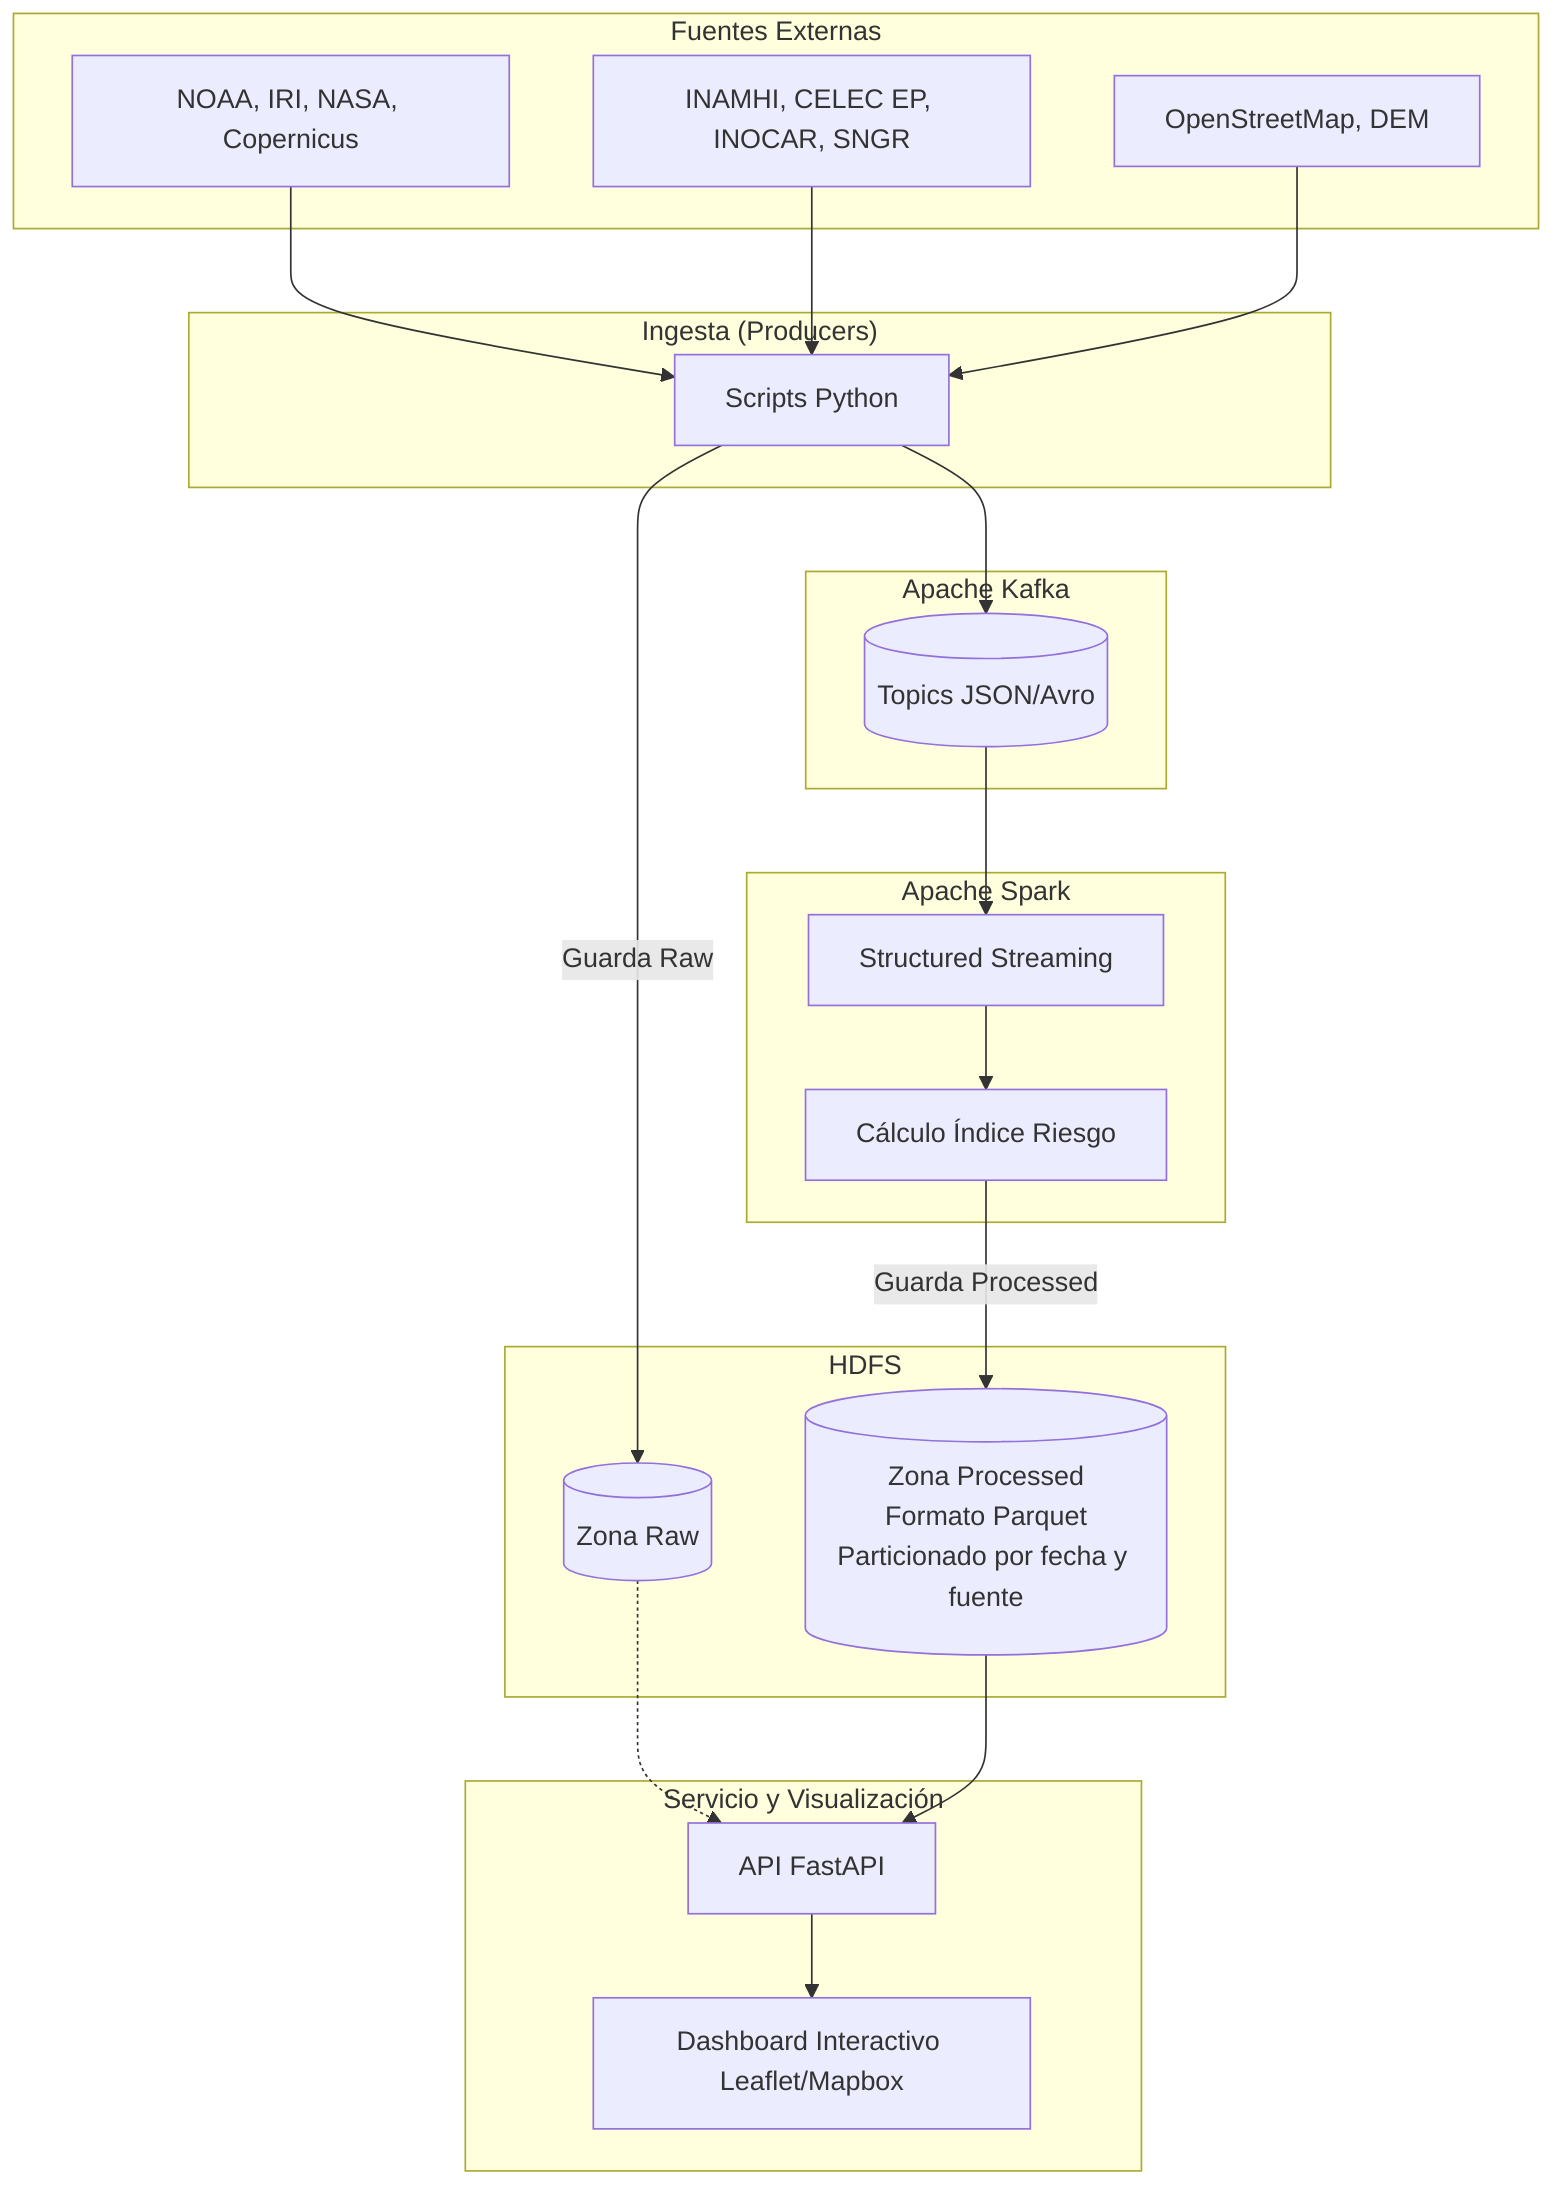
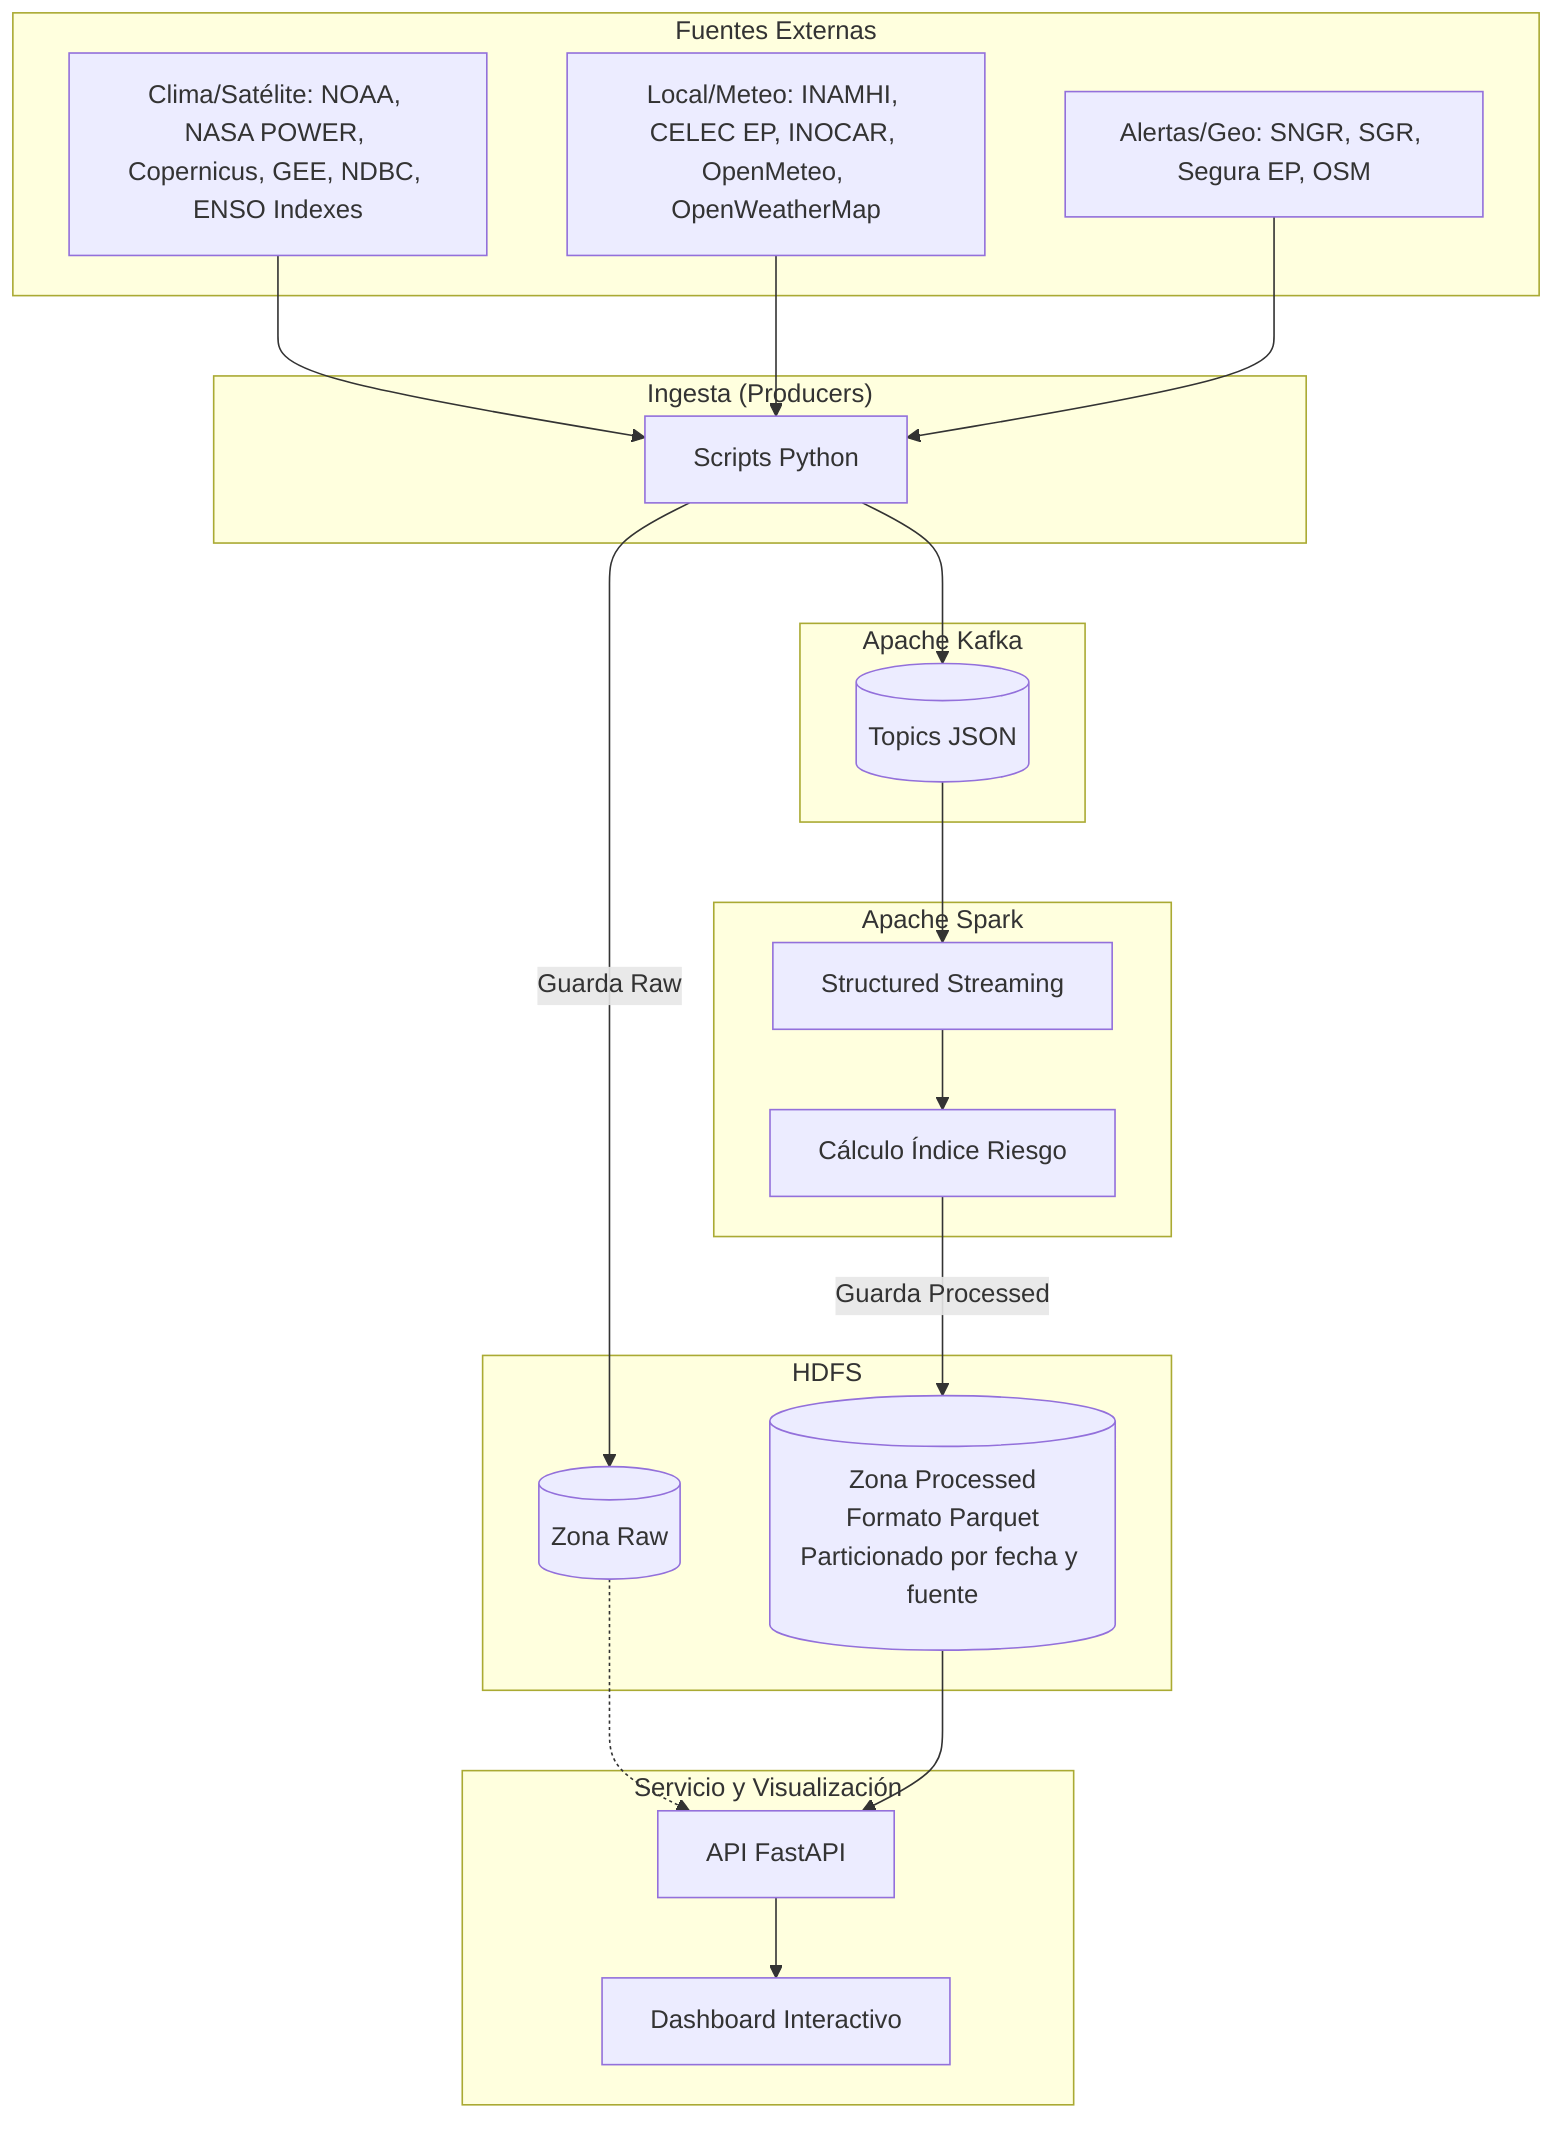
flowchart TD
    subgraph Fuentes ["Fuentes Externas"]
-         A1["NOAA, IRI, NASA, Copernicus"]
-         A2["INAMHI, CELEC EP, INOCAR, SNGR"]
-         A3["OpenStreetMap, DEM"]
+         A1["Clima/Satélite: NOAA, NASA POWER, Copernicus, GEE, NDBC, ENSO Indexes"]
+         A2["Local/Meteo: INAMHI, CELEC EP, INOCAR, OpenMeteo, OpenWeatherMap"]
+         A3["Alertas/Geo: SNGR, SGR, Segura EP, OSM"]
    end

    subgraph Ingesta ["Ingesta (Producers)"]
        B["Scripts Python"]
    end

    subgraph Streaming ["Apache Kafka"]
-         C1[("Topics JSON/Avro")]
+         C1[("Topics JSON")]
    end

    subgraph Procesamiento ["Apache Spark"]
        D1["Structured Streaming"]
        D2["Cálculo Índice Riesgo"]
    end

    subgraph Almacenamiento ["HDFS"]
        E1[("Zona Raw")]
        E2[("Zona Processed<br/>Formato Parquet<br/>Particionado por fecha y fuente")]
    end

    subgraph Visualizacion ["Servicio y Visualización"]
        F1["API FastAPI"]
-         F2["Dashboard Interactivo Leaflet/Mapbox"]
+         F2["Dashboard Interactivo"]
    end

    A1 --> B
    A2 --> B
    A3 --> B

    B --> C1

    C1 --> D1
    D1 --> D2

    D2 -->|"Guarda Processed"| E2
    B -->|"Guarda Raw"| E1

    E1 -.-> F1
    E2 --> F1
    F1 --> F2
